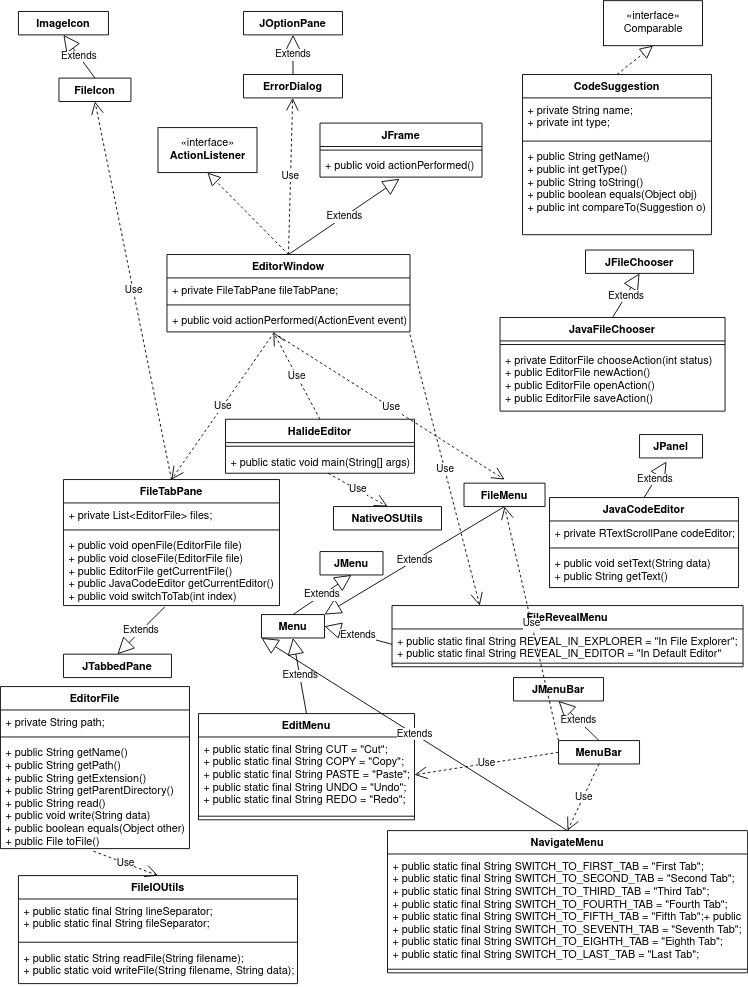
The draw.io diagram CapstoneProject/doc/UML.png in HHSAPCompSci2021/capstoneproject-capstone-mahanth-neel-raghab-codeedit, before a commit. Source tidied: cells renumbered, new cells last; positions are measured from the earlier drawing's top-left corner, leaving out a move shared by most shapes.
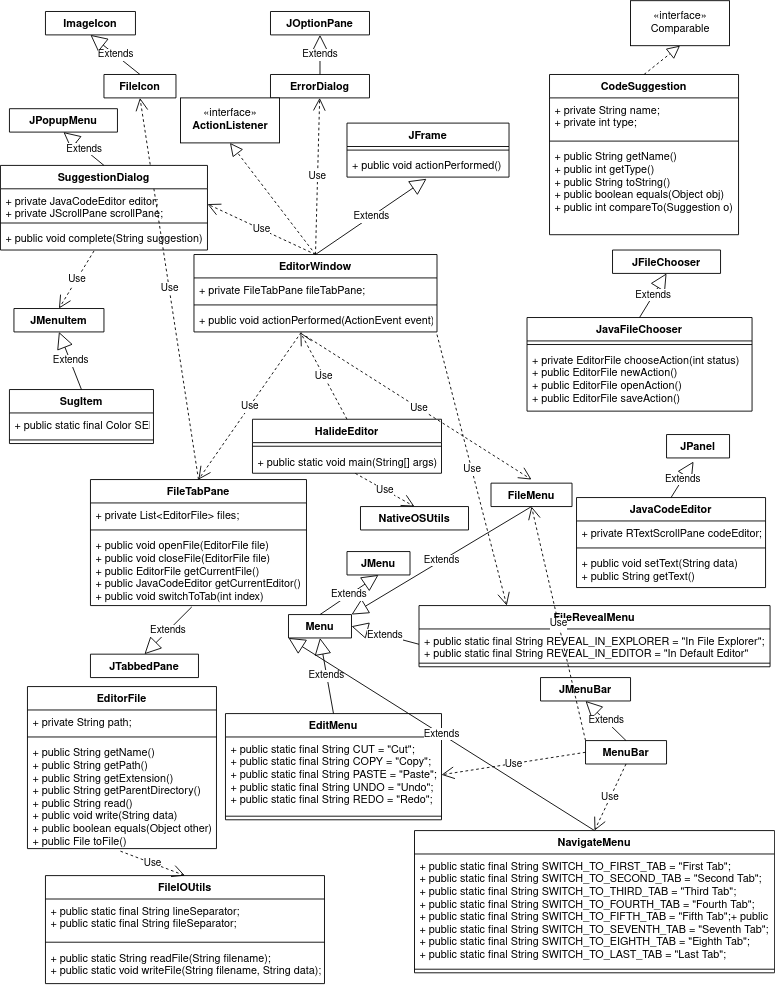
Above is the later version.

Diff of the diagram source:
```diff
@@ -111,7 +111,7 @@
       <mxGeometry y="60" width="240" height="80" as="geometry" />
     </mxCell>
     <mxCell id="38" value="FileIcon" style="swimlane;fontStyle=1;align=center;verticalAlign=top;horizontal=1;startSize=26;" parent="1" vertex="1" collapsed="1">
-      <mxGeometry x="65" y="86" width="80" height="26" as="geometry" />
+      <mxGeometry x="85" y="82" width="80" height="26" as="geometry" />
     </mxCell>
     <mxCell id="39" value="ErrorDialog" style="swimlane;fontStyle=1;align=center;verticalAlign=top;horizontal=1;startSize=26;" parent="1" vertex="1" collapsed="1">
       <mxGeometry x="270" y="82" width="110" height="26" as="geometry" />
@@ -168,7 +168,7 @@
       <mxGeometry relative="1" as="geometry" />
     </mxCell>
     <mxCell id="57" value="«interface»&lt;br&gt;&lt;b&gt;ActionListener&lt;/b&gt;" style="html=1;" parent="1" vertex="1">
-      <mxGeometry x="175" y="141" width="110" height="50" as="geometry" />
+      <mxGeometry x="170" y="108" width="110" height="50" as="geometry" />
     </mxCell>
     <mxCell id="58" style="endArrow=block;dashed=1;endFill=0;endSize=12;html=1;rounded=0;exitX=0.5;exitY=0;exitDx=0;exitDy=0;entryX=0.5;entryY=1;entryDx=0;entryDy=0;" parent="1" edge="1" source="22" target="57">
       <mxGeometry relative="1" as="geometry" />
@@ -256,5 +256,44 @@
         <mxPoint x="560" y="562" as="targetPoint" />
       </mxGeometry>
     </mxCell>
+    <mxCell id="84" value="SuggestionDialog" style="swimlane;fontStyle=1;align=center;verticalAlign=top;horizontal=1;startSize=26;" parent="1" vertex="1">
+      <mxGeometry x="-30" y="183" width="230" height="94" as="geometry" />
+    </mxCell>
+    <mxCell id="85" value="+ private JavaCodeEditor editor;&#10;+ private JScrollPane scrollPane;&#10;" style="text;strokeColor=none;fillColor=none;align=left;verticalAlign=top;spacingLeft=4;spacingRight=4;overflow=hidden;points=[[0,0.5],[1,0.5]];portConstraint=eastwest;" parent="84" vertex="1">
+      <mxGeometry y="26" width="230" height="34" as="geometry" />
+    </mxCell>
+    <mxCell id="86" style="line;strokeWidth=1;fillColor=none;align=left;verticalAlign=middle;spacingTop=-1;spacingLeft=3;spacingRight=3;labelPosition=right;" parent="84" vertex="1">
+      <mxGeometry y="60" width="230" height="8" as="geometry" />
+    </mxCell>
+    <mxCell id="87" value="+ public void complete(String suggestion)" style="text;strokeColor=none;fillColor=none;align=left;verticalAlign=top;spacingLeft=4;spacingRight=4;overflow=hidden;points=[[0,0.5],[1,0.5]];portConstraint=eastwest;" parent="84" vertex="1">
+      <mxGeometry y="68" width="230" height="26" as="geometry" />
+    </mxCell>
+    <mxCell id="88" value="Use" style="endArrow=open;endSize=12;dashed=1;html=1;rounded=0;exitX=0.5;exitY=0;exitDx=0;exitDy=0;entryX=1;entryY=0.5;entryDx=0;entryDy=0;" parent="1" edge="1" source="22" target="85">
+      <mxGeometry relative="1" as="geometry" />
+    </mxCell>
+    <mxCell id="89" value="SugItem" style="swimlane;fontStyle=1;align=center;verticalAlign=top;horizontal=1;startSize=26;" parent="1" vertex="1">
+      <mxGeometry x="-20" y="432" width="160" height="60" as="geometry" />
+    </mxCell>
+    <mxCell id="90" value="+ public static final Color SELECTED;" style="text;strokeColor=none;fillColor=none;align=left;verticalAlign=top;spacingLeft=4;spacingRight=4;overflow=hidden;" parent="89" vertex="1">
+      <mxGeometry y="26" width="160" height="26" as="geometry" />
+    </mxCell>
+    <mxCell id="91" style="line;strokeWidth=1;fillColor=none;align=left;verticalAlign=middle;spacingTop=-1;spacingLeft=3;spacingRight=3;labelPosition=right;" parent="89" vertex="1">
+      <mxGeometry y="52" width="160" height="8" as="geometry" />
+    </mxCell>
+    <mxCell id="92" value="JMenuItem" style="swimlane;fontStyle=1;align=center;verticalAlign=top;horizontal=1;startSize=26;" parent="1" vertex="1" collapsed="1">
+      <mxGeometry x="-15" y="342" width="100" height="26" as="geometry" />
+    </mxCell>
+    <mxCell id="93" value="Extends" style="endArrow=block;endSize=16;endFill=0;html=1;rounded=0;exitX=0.5;exitY=0;exitDx=0;exitDy=0;entryX=0.5;entryY=1;entryDx=0;entryDy=0;" parent="1" edge="1" source="89" target="92">
+      <mxGeometry relative="1" as="geometry" />
+    </mxCell>
+    <mxCell id="94" value="Use" style="endArrow=open;endSize=12;dashed=1;html=1;rounded=0;exitX=0.452;exitY=1.038;exitDx=0;exitDy=0;exitPerimeter=0;entryX=0.5;entryY=0;entryDx=0;entryDy=0;" parent="1" edge="1" source="87" target="92">
+      <mxGeometry relative="1" as="geometry" />
+    </mxCell>
+    <mxCell id="95" value="JPopupMenu" style="swimlane;fontStyle=1;align=center;verticalAlign=top;horizontal=1;startSize=26;" parent="1" vertex="1" collapsed="1">
+      <mxGeometry x="-20" y="120" width="120" height="26" as="geometry" />
+    </mxCell>
+    <mxCell id="96" value="Extends" style="endArrow=block;endSize=16;endFill=0;html=1;rounded=0;exitX=0.5;exitY=0;exitDx=0;exitDy=0;entryX=0.5;entryY=1;entryDx=0;entryDy=0;" parent="1" edge="1" source="84" target="95">
+      <mxGeometry relative="1" as="geometry" />
+    </mxCell>
   </root>
 </mxGraphModel>
```
